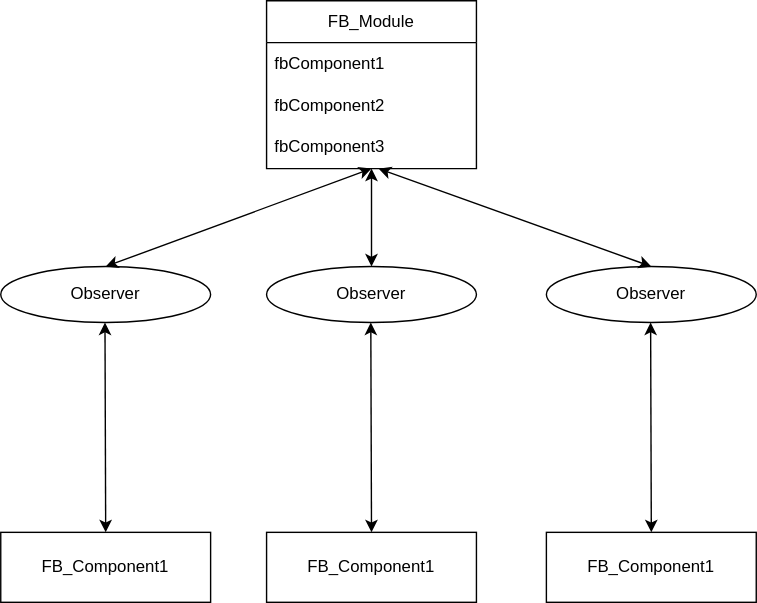
Above: docs/Concept.drawio.svg in PeterZerlauth/Tc3_Component (draw.io), before the change. Source tidied: cells renumbered, new cells last; positions are measured from the earlier drawing's top-left corner, leaving out a move shared by most shapes. Source of this version:
```xml
<mxGraphModel>
  <root>
    <mxCell id="0" />
    <mxCell id="1" parent="0" />
    <mxCell id="2" value="FB_Component1" style="whiteSpace=wrap;html=1;align=center;verticalAlign=middle;newEdgeStyle={&quot;edgeStyle&quot;:&quot;elbowEdgeStyle&quot;,&quot;startArrow&quot;:&quot;none&quot;,&quot;endArrow&quot;:&quot;none&quot;};" parent="1" vertex="1">
      <mxGeometry y="380" width="150" height="50" as="geometry" />
    </mxCell>
    <mxCell id="3" value="FB_Module" style="swimlane;fontStyle=0;horizontal=1;startSize=30;whiteSpace=wrap;html=1;" parent="1" vertex="1">
      <mxGeometry x="190" width="150" height="120" as="geometry" />
    </mxCell>
    <mxCell id="4" value="fbComponent1" style="text;strokeColor=none;fillColor=none;align=left;verticalAlign=middle;spacingLeft=4;spacingRight=4;overflow=hidden;whiteSpace=wrap;html=1;" parent="3" vertex="1">
      <mxGeometry y="30" width="150" height="30" as="geometry" />
    </mxCell>
    <mxCell id="5" value="fbComponent2" style="text;strokeColor=none;fillColor=none;align=left;verticalAlign=middle;spacingLeft=4;spacingRight=4;overflow=hidden;whiteSpace=wrap;html=1;" parent="3" vertex="1">
      <mxGeometry y="60" width="150" height="30" as="geometry" />
    </mxCell>
    <mxCell id="6" value="fbComponent3" style="text;strokeColor=none;fillColor=none;align=left;verticalAlign=middle;spacingLeft=4;spacingRight=4;overflow=hidden;whiteSpace=wrap;html=1;" parent="3" vertex="1">
      <mxGeometry y="90" width="150" height="30" as="geometry" />
    </mxCell>
    <mxCell id="7" value="Observer" style="ellipse;whiteSpace=wrap;html=1;" parent="1" vertex="1">
      <mxGeometry y="190" width="150" height="40" as="geometry" />
    </mxCell>
    <mxCell id="8" style="endArrow=classic;startArrow=classic;html=1;rounded=0;entryX=0.5;entryY=1;entryDx=0;entryDy=0;exitX=0.5;exitY=0;exitDx=0;exitDy=0;" parent="1" edge="1" source="7" target="3">
      <mxGeometry relative="1" as="geometry" />
    </mxCell>
    <mxCell id="9" style="endArrow=classic;startArrow=classic;html=1;rounded=0;entryX=0.5;entryY=1;entryDx=0;entryDy=0;exitX=0.5;exitY=0;exitDx=0;exitDy=0;" parent="1" edge="1" source="2">
      <mxGeometry relative="1" as="geometry">
        <mxPoint x="74.5" y="230" as="targetPoint" />
      </mxGeometry>
    </mxCell>
    <mxCell id="10" value="FB_Component1" style="whiteSpace=wrap;html=1;align=center;verticalAlign=middle;newEdgeStyle={&quot;edgeStyle&quot;:&quot;elbowEdgeStyle&quot;,&quot;startArrow&quot;:&quot;none&quot;,&quot;endArrow&quot;:&quot;none&quot;};" parent="1" vertex="1">
      <mxGeometry x="190" y="380" width="150" height="50" as="geometry" />
    </mxCell>
    <mxCell id="11" value="Observer" style="ellipse;whiteSpace=wrap;html=1;" parent="1" vertex="1">
      <mxGeometry x="190" y="190" width="150" height="40" as="geometry" />
    </mxCell>
    <mxCell id="12" style="endArrow=classic;startArrow=classic;html=1;rounded=0;entryX=0.5;entryY=1;entryDx=0;entryDy=0;exitX=0.5;exitY=0;exitDx=0;exitDy=0;" parent="1" edge="1" source="10">
      <mxGeometry relative="1" as="geometry">
        <mxPoint x="264.5" y="230" as="targetPoint" />
      </mxGeometry>
    </mxCell>
    <mxCell id="13" value="FB_Component1" style="whiteSpace=wrap;html=1;align=center;verticalAlign=middle;newEdgeStyle={&quot;edgeStyle&quot;:&quot;elbowEdgeStyle&quot;,&quot;startArrow&quot;:&quot;none&quot;,&quot;endArrow&quot;:&quot;none&quot;};" parent="1" vertex="1">
      <mxGeometry x="390" y="380" width="150" height="50" as="geometry" />
    </mxCell>
    <mxCell id="14" value="Observer" style="ellipse;whiteSpace=wrap;html=1;" parent="1" vertex="1">
      <mxGeometry x="390" y="190" width="150" height="40" as="geometry" />
    </mxCell>
    <mxCell id="15" style="endArrow=classic;startArrow=classic;html=1;rounded=0;entryX=0.5;entryY=1;entryDx=0;entryDy=0;exitX=0.5;exitY=0;exitDx=0;exitDy=0;" parent="1" edge="1" source="13">
      <mxGeometry relative="1" as="geometry">
        <mxPoint x="464.5" y="230" as="targetPoint" />
      </mxGeometry>
    </mxCell>
    <mxCell id="16" style="endArrow=classic;startArrow=classic;html=1;rounded=0;entryX=0.5;entryY=1;entryDx=0;entryDy=0;exitX=0.5;exitY=0;exitDx=0;exitDy=0;" parent="1" edge="1" source="11" target="3">
      <mxGeometry relative="1" as="geometry" />
    </mxCell>
    <mxCell id="17" style="endArrow=classic;startArrow=classic;html=1;rounded=0;exitX=0.5;exitY=0;exitDx=0;exitDy=0;" parent="1" edge="1" source="14">
      <mxGeometry relative="1" as="geometry">
        <mxPoint x="270" y="120" as="targetPoint" />
      </mxGeometry>
    </mxCell>
  </root>
</mxGraphModel>
```
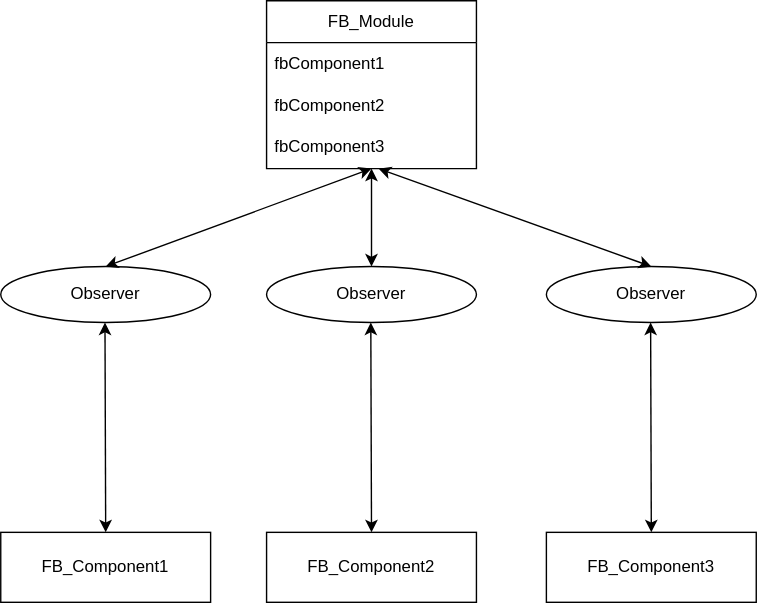
Above is the later version.

The edit, as a diff of the source:
```diff
@@ -28,7 +28,7 @@
         <mxPoint x="74.5" y="230" as="targetPoint" />
       </mxGeometry>
     </mxCell>
-    <mxCell id="10" value="FB_Component1" style="whiteSpace=wrap;html=1;align=center;verticalAlign=middle;newEdgeStyle={&quot;edgeStyle&quot;:&quot;elbowEdgeStyle&quot;,&quot;startArrow&quot;:&quot;none&quot;,&quot;endArrow&quot;:&quot;none&quot;};" parent="1" vertex="1">
+    <mxCell id="10" value="FB_Component2" style="whiteSpace=wrap;html=1;align=center;verticalAlign=middle;newEdgeStyle={&quot;edgeStyle&quot;:&quot;elbowEdgeStyle&quot;,&quot;startArrow&quot;:&quot;none&quot;,&quot;endArrow&quot;:&quot;none&quot;};" parent="1" vertex="1">
       <mxGeometry x="190" y="380" width="150" height="50" as="geometry" />
     </mxCell>
     <mxCell id="11" value="Observer" style="ellipse;whiteSpace=wrap;html=1;" parent="1" vertex="1">
@@ -39,7 +39,7 @@
         <mxPoint x="264.5" y="230" as="targetPoint" />
       </mxGeometry>
     </mxCell>
-    <mxCell id="13" value="FB_Component1" style="whiteSpace=wrap;html=1;align=center;verticalAlign=middle;newEdgeStyle={&quot;edgeStyle&quot;:&quot;elbowEdgeStyle&quot;,&quot;startArrow&quot;:&quot;none&quot;,&quot;endArrow&quot;:&quot;none&quot;};" parent="1" vertex="1">
+    <mxCell id="13" value="FB_Component3" style="whiteSpace=wrap;html=1;align=center;verticalAlign=middle;newEdgeStyle={&quot;edgeStyle&quot;:&quot;elbowEdgeStyle&quot;,&quot;startArrow&quot;:&quot;none&quot;,&quot;endArrow&quot;:&quot;none&quot;};" parent="1" vertex="1">
       <mxGeometry x="390" y="380" width="150" height="50" as="geometry" />
     </mxCell>
     <mxCell id="14" value="Observer" style="ellipse;whiteSpace=wrap;html=1;" parent="1" vertex="1">
```
